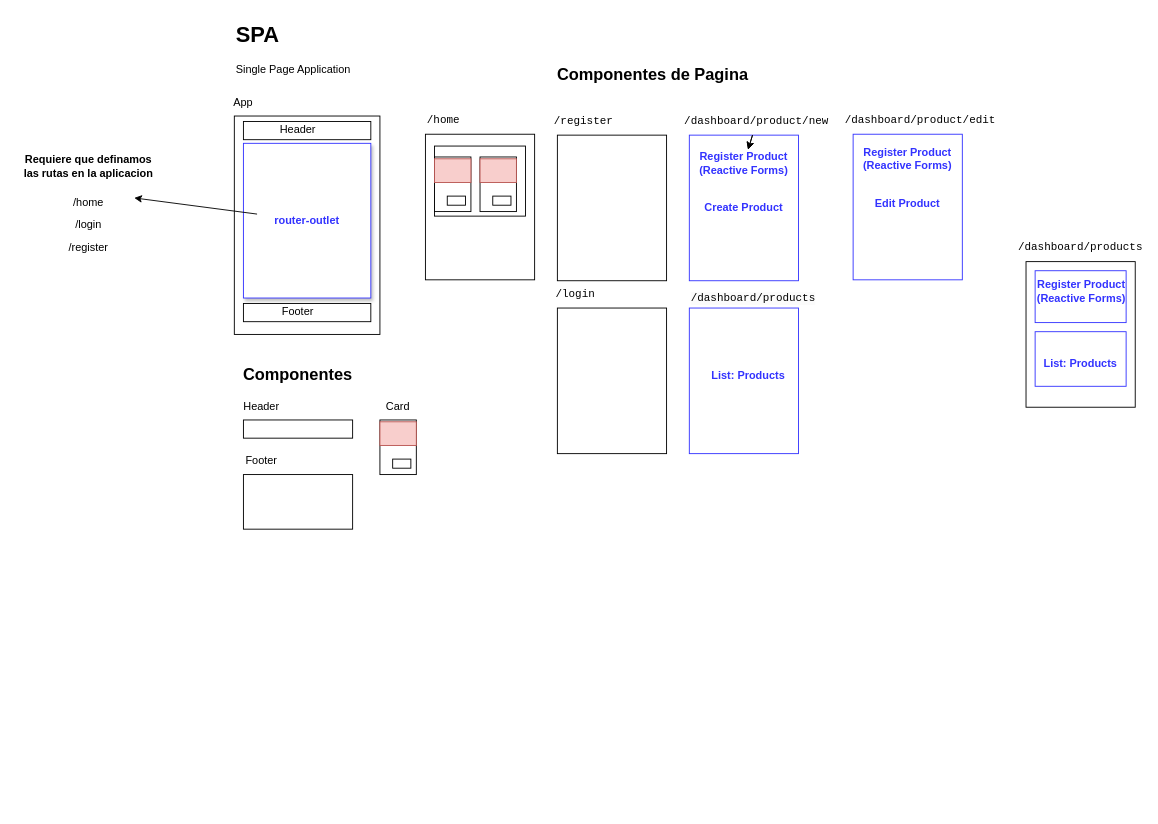
Earlier version of the draw.io diagram guide.drawio (BIT-202507/foodz-frontend). Source tidied: cells renumbered, new cells numbered last; positions are measured from the earlier drawing's top-left corner, leaving out a move shared by most shapes. Both pictures are drawn from the tidied source at 91%, with x=0, y=0 at pixel (15, 15).
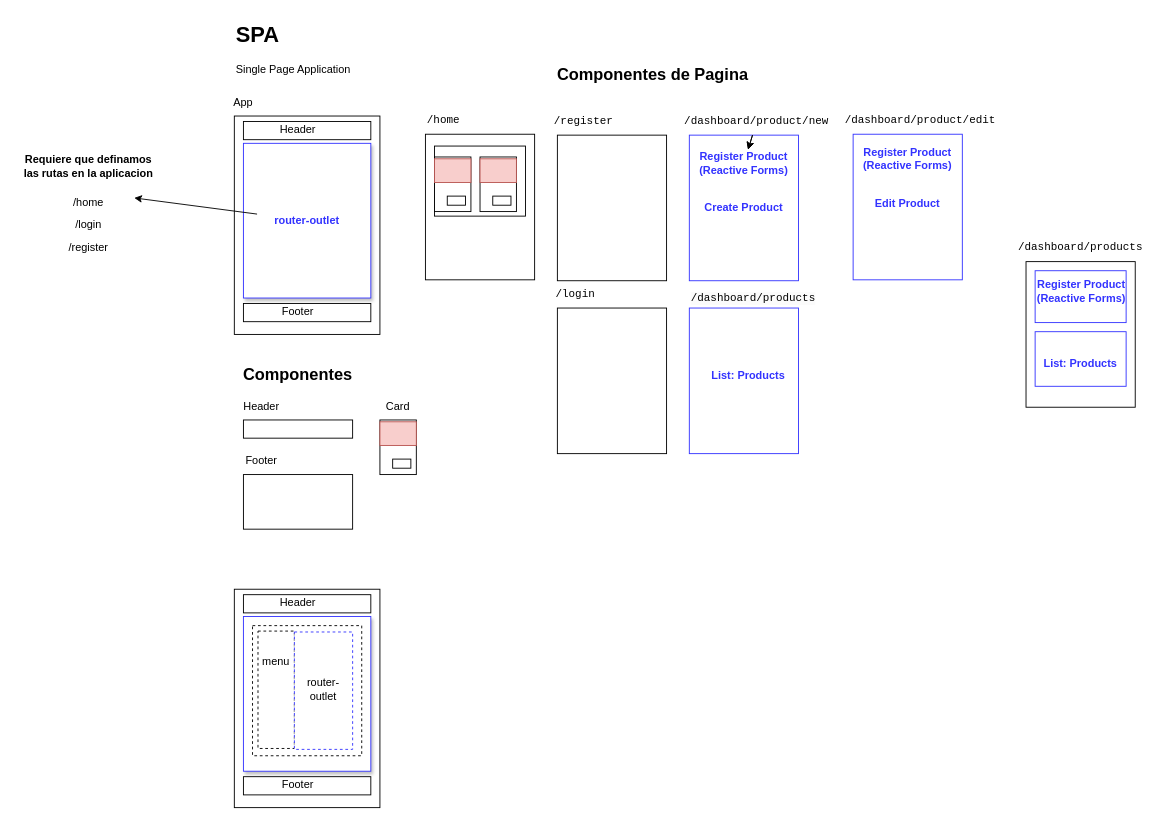
After the change.

Commit message (it also covers changes not shown here):
[+] http-auth: Define checkAuthStatus() [+] auth-guard: Consume servicio para volquear las rutas permisionadas [+] guide.drawio: Router anidado

The edit, as a diff of the source:
```diff
@@
+    <mxCell id="59" style="rounded=0;whiteSpace=wrap;html=1;" parent="1" vertex="1">
+      <mxGeometry x="240" y="630" width="160" height="240" as="geometry" />
+    </mxCell>
+    <mxCell id="60" style="rounded=0;whiteSpace=wrap;html=1;shadow=1;strokeColor=#3333FF;" parent="1" vertex="1">
+      <mxGeometry x="250" y="660" width="140" height="170" as="geometry" />
+    </mxCell>
+    <mxCell id="61" style="rounded=0;whiteSpace=wrap;html=1;" parent="1" vertex="1">
+      <mxGeometry x="250" y="636" width="140" height="20" as="geometry" />
+    </mxCell>
+    <mxCell id="62" style="edgeStyle=none;html=1;" parent="1" edge="1" source="63" target="60">
+      <mxGeometry relative="1" as="geometry" />
+    </mxCell>
+    <mxCell id="63" value="Header" style="text;html=1;align=center;verticalAlign=middle;whiteSpace=wrap;rounded=0;" parent="1" vertex="1">
+      <mxGeometry x="290" y="630" width="40" height="30" as="geometry" />
+    </mxCell>
+    <mxCell id="64" style="rounded=0;whiteSpace=wrap;html=1;" parent="1" vertex="1">
+      <mxGeometry x="250" y="836" width="140" height="20" as="geometry" />
+    </mxCell>
+    <mxCell id="65" value="Footer" style="text;html=1;align=center;verticalAlign=middle;whiteSpace=wrap;rounded=0;" parent="1" vertex="1">
+      <mxGeometry x="290" y="830" width="40" height="30" as="geometry" />
+    </mxCell>
+    <mxCell id="66" style="group;" parent="1" vertex="1">
+      <mxGeometry x="260" y="670" width="120" height="143" as="geometry" />
+    </mxCell>
+    <mxCell id="67" style="rounded=0;whiteSpace=wrap;html=1;dashed=1;" parent="66" vertex="1">
+      <mxGeometry width="120" height="143" as="geometry" />
+    </mxCell>
+    <mxCell id="68" style="rounded=0;whiteSpace=wrap;html=1;dashed=1;" parent="66" vertex="1">
+      <mxGeometry x="6" y="6" width="40" height="129" as="geometry" />
+    </mxCell>
+    <mxCell id="69" style="rounded=0;whiteSpace=wrap;html=1;dashed=1;strokeColor=#3333FF;" parent="66" vertex="1">
+      <mxGeometry x="46" y="7" width="64" height="129" as="geometry" />
+    </mxCell>
+    <mxCell id="70" value="router-outlet" style="text;html=1;align=center;verticalAlign=middle;whiteSpace=wrap;rounded=0;" parent="66" vertex="1">
+      <mxGeometry x="58" y="55" width="40" height="30" as="geometry" />
+    </mxCell>
+    <mxCell id="71" value="menu" style="text;html=1;align=center;verticalAlign=middle;whiteSpace=wrap;rounded=0;" parent="66" vertex="1">
+      <mxGeometry x="6" y="25" width="40" height="30" as="geometry" />
+    </mxCell>
```
